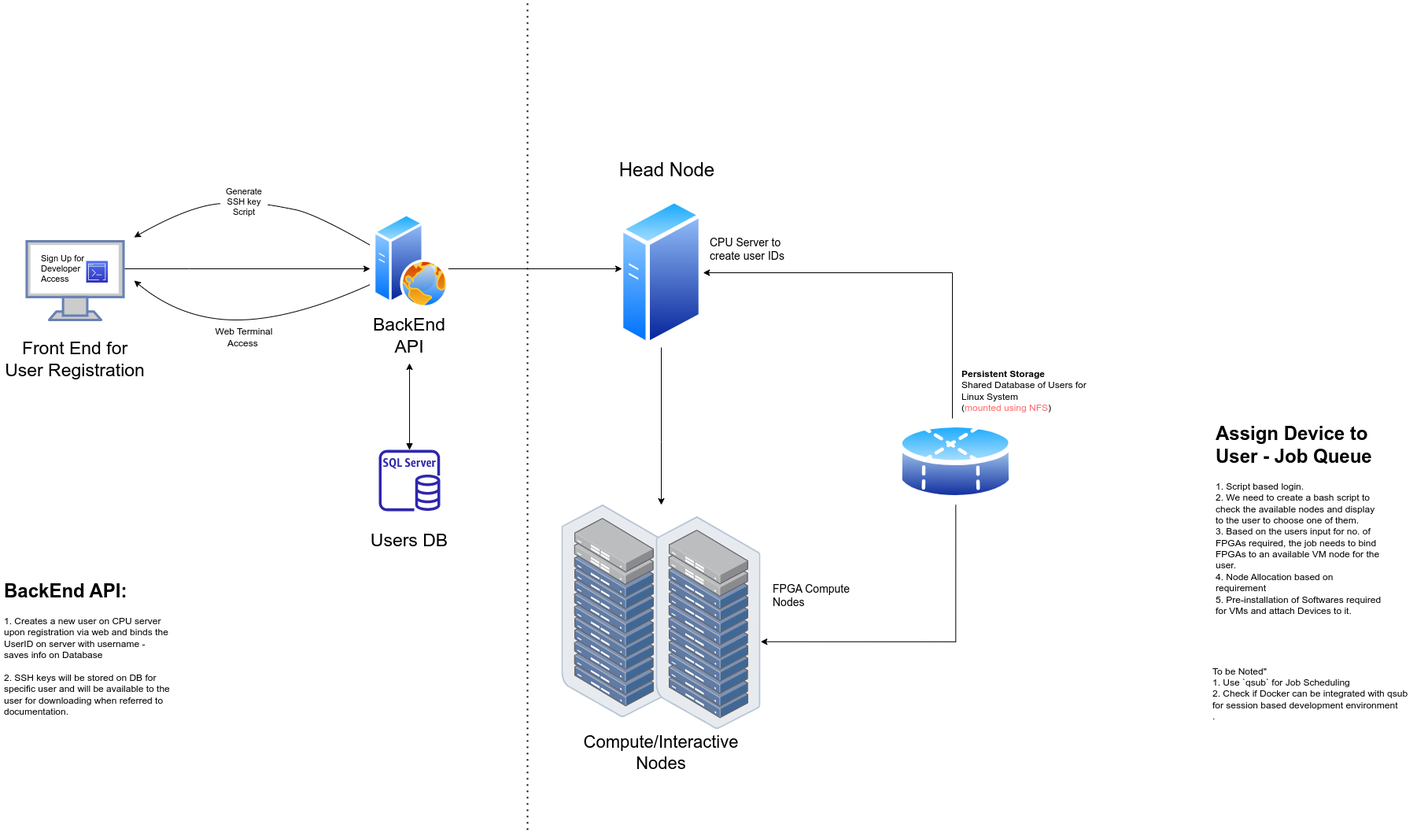
Earlier version of the draw.io export Intel DevCloud Flow.drawio.png (belanasaikiran/FlowCharts). Source tidied: cells renumbered, new cells last; positions are measured from the earlier drawing's top-left corner, leaving out a move shared by most shapes.
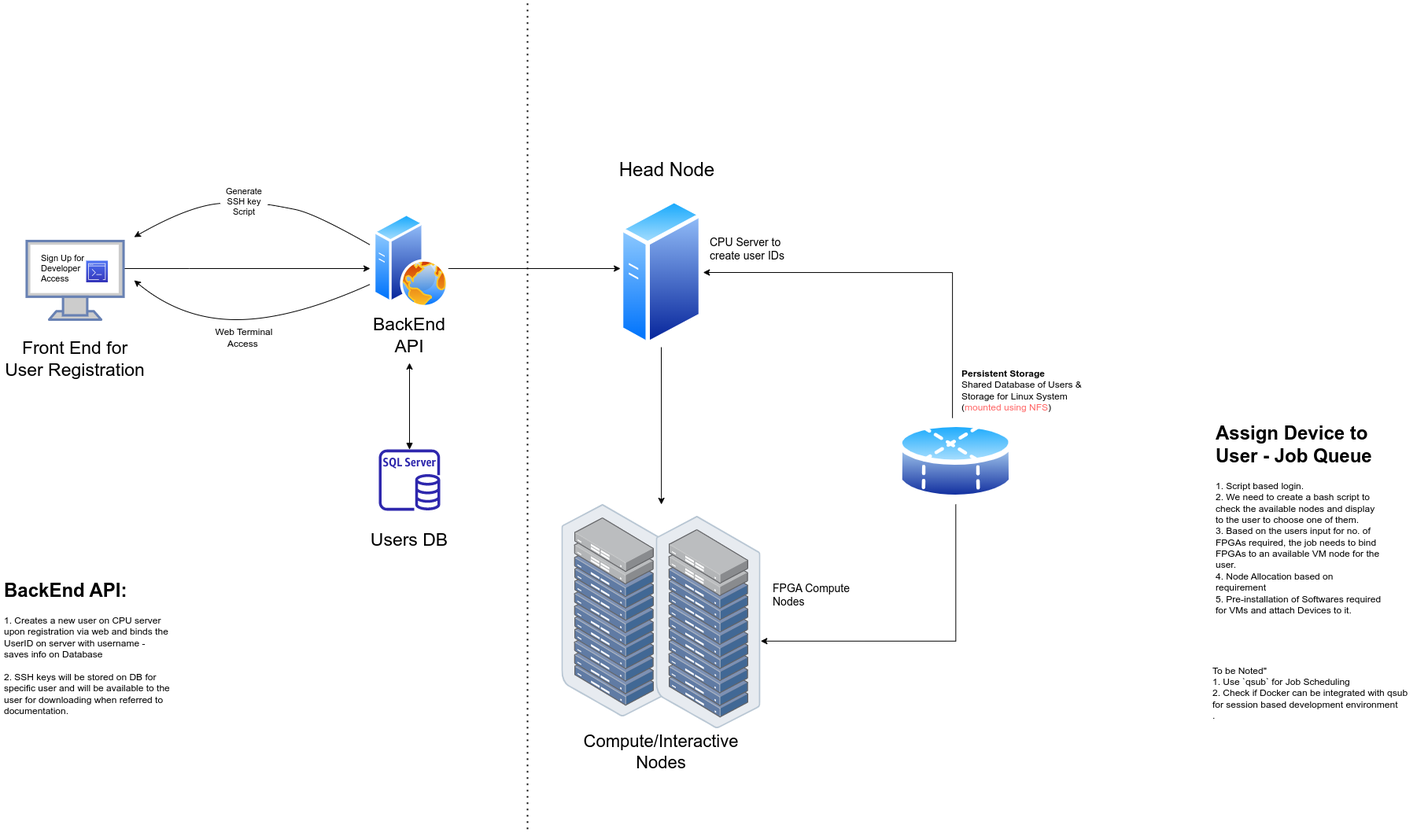
The same diagram one commit later.

Diff of the diagram source:
```diff
@@ -138,7 +138,7 @@
     <mxCell id="33" style="perimeter=ellipsePerimeter;html=1;align=center;shadow=0;dashed=0;spacingTop=3;image;image=img/lib/active_directory/database_partition_4.svg;" parent="1" vertex="1">
       <mxGeometry x="1140" y="530" width="148.7" height="110" as="geometry" />
     </mxCell>
-    <mxCell id="34" value="&lt;b&gt;Persistent Storage&lt;/b&gt;&lt;br&gt;Shared Database of Users for Linux System&amp;nbsp;&lt;br&gt;(&lt;font color=&quot;#ff6666&quot;&gt;mounted using NFS&lt;/font&gt;)" style="text;html=1;strokeColor=none;fillColor=none;align=left;verticalAlign=middle;whiteSpace=wrap;rounded=0;" parent="1" vertex="1">
+    <mxCell id="34" value="&lt;b&gt;Persistent Storage&lt;/b&gt;&lt;br&gt;Shared Database of Users &amp;amp; Storage for Linux System&amp;nbsp;&lt;br&gt;(&lt;font color=&quot;#ff6666&quot;&gt;mounted using NFS&lt;/font&gt;)" style="text;html=1;strokeColor=none;fillColor=none;align=left;verticalAlign=middle;whiteSpace=wrap;rounded=0;" parent="1" vertex="1">
       <mxGeometry x="1220" y="460" width="180" height="70" as="geometry" />
     </mxCell>
     <mxCell id="35" value="&lt;font style=&quot;font-size: 24px;&quot;&gt;Head Node&lt;/font&gt;" style="text;html=1;strokeColor=none;fillColor=none;align=center;verticalAlign=middle;whiteSpace=wrap;rounded=0;" parent="1" vertex="1">
```
